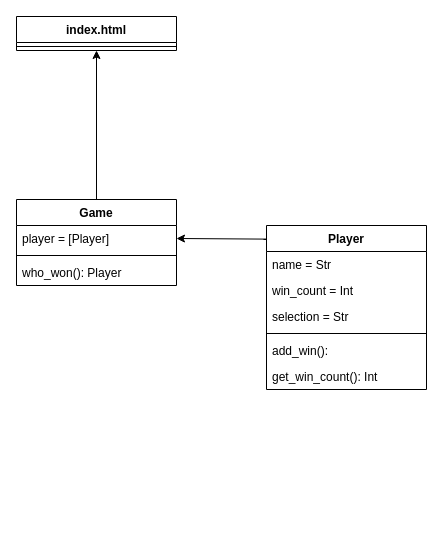
Above: ClassDiagram.drawio in ian-richard/w3_weekend_hmwk (draw.io), before the change. Source tidied: cells renumbered, new cells numbered last; positions are measured from the earlier drawing's top-left corner, leaving out a move shared by most shapes. Both pictures are drawn from the tidied source at 100%, with x=0, y=0 at pixel (16, 16).
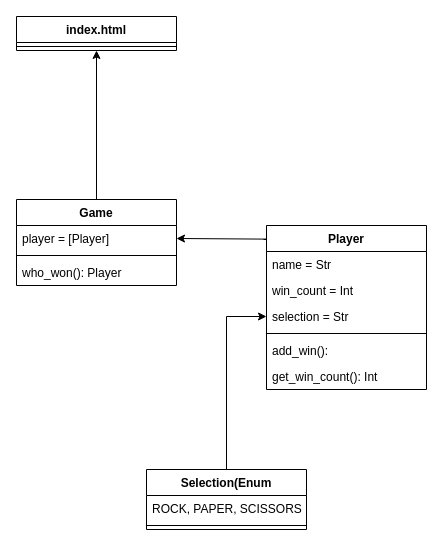
The same page after the edit.

Unchanged cells that the change refers to:
```xml
<mxCell id="13" value="selection = Str" style="text;strokeColor=none;fillColor=none;align=left;verticalAlign=top;spacingLeft=4;spacingRight=4;overflow=hidden;points=[[0,0.5],[1,0.5]];portConstraint=eastwest;" parent="10" vertex="1">
  <mxGeometry y="78" width="160" height="26" as="geometry" />
</mxCell>
```

The edit, as a diff of the source:
```diff
@@
+    <mxCell id="17" style="edgeStyle=orthogonalEdgeStyle;rounded=0;jettySize=auto;html=1;entryX=0;entryY=0.5;entryDx=0;entryDy=0;" parent="1" edge="1" source="18" target="13">
+      <mxGeometry relative="1" as="geometry" />
+    </mxCell>
@@
+    <mxCell id="18" value="Selection(Enum" style="swimlane;fontStyle=1;align=center;verticalAlign=top;horizontal=1;startSize=26;" parent="1" vertex="1">
+      <mxGeometry x="130" y="453" width="160" height="60" as="geometry" />
+    </mxCell>
+    <mxCell id="19" value="ROCK, PAPER, SCISSORS" style="text;strokeColor=none;fillColor=none;align=left;verticalAlign=top;spacingLeft=4;spacingRight=4;overflow=hidden;" parent="18" vertex="1">
+      <mxGeometry y="26" width="160" height="26" as="geometry" />
+    </mxCell>
+    <mxCell id="20" style="line;strokeWidth=1;fillColor=none;align=left;verticalAlign=middle;spacingTop=-1;spacingLeft=3;spacingRight=3;labelPosition=right;" parent="18" vertex="1">
+      <mxGeometry y="52" width="160" height="8" as="geometry" />
+    </mxCell>
```
